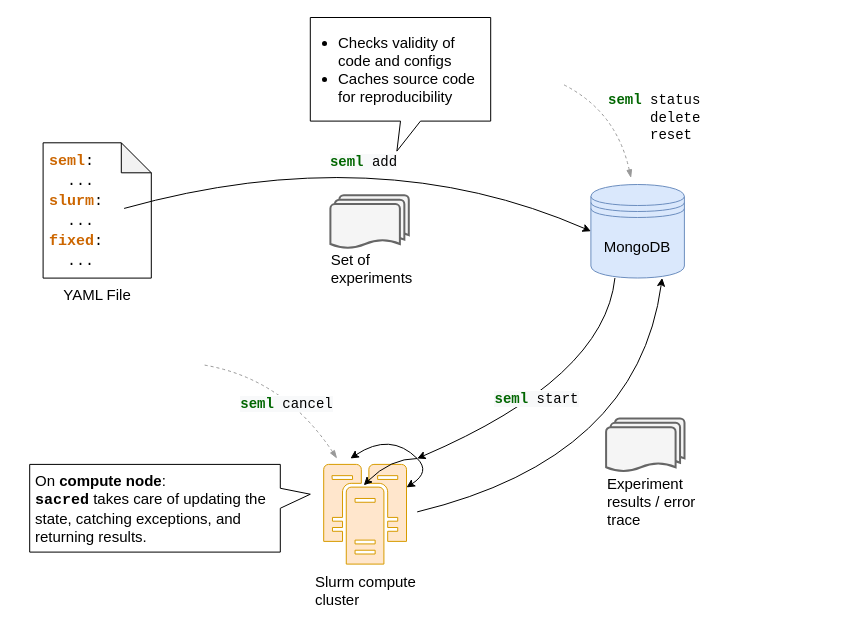
Earlier version of the draw.io diagram examples/tutorial/seml.drawio (TUM-DAML/seml). Source tidied: cells renumbered, new cells numbered last; positions are measured from the earlier drawing's top-left corner, leaving out a move shared by most shapes. Both pictures are drawn from the tidied source at 100%, with x=0, y=0 at pixel (16, 17).
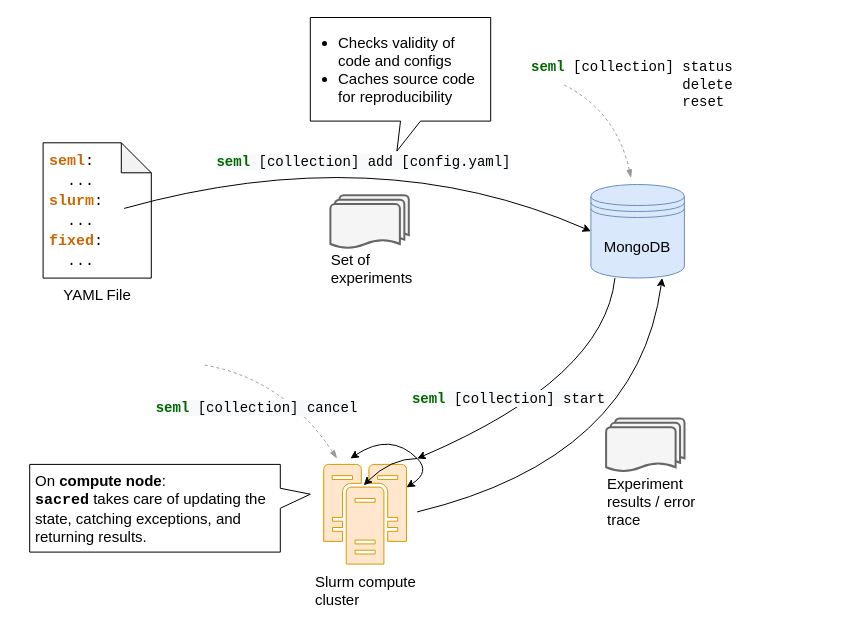
The same page after the edit.

Commit message (it also covers changes not shown here):
tutorial figure

The change refers to these unchanged cells:
```xml
<mxCell id="7" style="endArrow=classic;html=1;strokeColor=#000000;exitX=0;exitY=0;exitDx=81;exitDy=65.625;exitPerimeter=0;entryX=0;entryY=0.5;entryDx=0;entryDy=0;curved=1;" parent="2" edge="1" source="5" target="3">
  <mxGeometry relative="1" as="geometry">
    <Array as="points">
      <mxPoint x="360.1" y="120.3" />
    </Array>
  </mxGeometry>
</mxCell>
<mxCell id="12" style="endArrow=classic;html=1;strokeColor=#000000;exitX=0.257;exitY=1;exitDx=0;exitDy=0;curved=1;exitPerimeter=0;" parent="2" edge="1" source="3">
  <mxGeometry relative="1" as="geometry">
    <mxPoint x="400.2" y="441" as="targetPoint" />
    <Array as="points">
      <mxPoint x="587.3" y="360.8" />
    </Array>
  </mxGeometry>
</mxCell>
```

The edit, as a diff of the source:
```diff
@@
     <mxCell id="2" style="group;fontSize=12;" parent="1" vertex="1">
-      <mxGeometry x="0.5" width="709.4" height="600" as="geometry" />
+      <mxGeometry x="0.5" width="820" height="600" as="geometry" />
     </mxCell>
@@
-    <mxCell id="8" value="&lt;font style=&quot;font-size: 14px&quot;&gt;&lt;b style=&quot;font-family: &amp;#34;courier new&amp;#34; ; text-align: left ; background-color: rgb(248 , 249 , 250)&quot;&gt;&lt;font color=&quot;#006600&quot; style=&quot;font-size: 14px&quot;&gt;seml&lt;/font&gt;&lt;/b&gt;&lt;span style=&quot;font-family: &amp;#34;courier new&amp;#34; ; text-align: left ; background-color: rgb(248 , 249 , 250)&quot;&gt;&amp;nbsp;add&lt;/span&gt;&lt;/font&gt;" style="edgeLabel;html=1;align=center;verticalAlign=middle;fontSize=13;" parent="7" vertex="1">
+    <mxCell id="8" value="&lt;font style=&quot;font-size: 14px&quot;&gt;&lt;b style=&quot;font-family: &amp;#34;courier new&amp;#34; ; text-align: left ; background-color: rgb(248 , 249 , 250)&quot;&gt;&lt;font color=&quot;#006600&quot; style=&quot;font-size: 14px&quot;&gt;seml&lt;/font&gt;&lt;/b&gt;&lt;span style=&quot;font-family: &amp;#34;courier new&amp;#34; ; text-align: left ; background-color: rgb(248 , 249 , 250)&quot;&gt;&amp;nbsp;[collection] add [config.yaml]&lt;/span&gt;&lt;/font&gt;" style="edgeLabel;html=1;align=center;verticalAlign=middle;fontSize=13;" parent="7" vertex="1">
       <mxGeometry relative="1" as="geometry">
         <mxPoint x="0.2" y="19.2" as="offset" />
       </mxGeometry>
     </mxCell>
@@
-    <mxCell id="13" value="&lt;b style=&quot;font-family: &amp;quot;courier new&amp;quot;; font-size: 14px; text-align: left; background-color: rgb(248, 249, 250);&quot;&gt;&lt;font color=&quot;#006600&quot; style=&quot;font-size: 14px;&quot;&gt;seml&lt;/font&gt;&lt;/b&gt;&lt;span style=&quot;font-family: &amp;quot;courier new&amp;quot;; font-size: 14px; text-align: left; background-color: rgb(248, 249, 250);&quot;&gt;&amp;nbsp;start&lt;/span&gt;" style="edgeLabel;html=1;align=center;verticalAlign=middle;fontSize=14;" parent="12" vertex="1">
+    <mxCell id="13" value="&lt;b style=&quot;font-family: &amp;#34;courier new&amp;#34; ; font-size: 14px ; text-align: left ; background-color: rgb(248 , 249 , 250)&quot;&gt;&lt;font color=&quot;#006600&quot; style=&quot;font-size: 14px&quot;&gt;seml&lt;/font&gt;&lt;/b&gt;&lt;span style=&quot;font-family: &amp;#34;courier new&amp;#34; ; font-size: 14px ; text-align: left ; background-color: rgb(248 , 249 , 250)&quot;&gt;&amp;nbsp;[collection] start&lt;/span&gt;" style="edgeLabel;html=1;align=center;verticalAlign=middle;fontSize=14;" parent="12" vertex="1">
       <mxGeometry relative="1" as="geometry">
-        <mxPoint x="-20.9" as="offset" />
+        <mxPoint x="-49" as="offset" />
       </mxGeometry>
     </mxCell>
@@
-    <mxCell id="23" value="&lt;b style=&quot;font-family: &amp;quot;courier new&amp;quot;; font-size: 14px; text-align: left; background-color: rgb(248, 249, 250);&quot;&gt;&lt;font color=&quot;#006600&quot; style=&quot;font-size: 14px;&quot;&gt;seml&lt;/font&gt;&lt;/b&gt;&lt;span style=&quot;font-family: &amp;quot;courier new&amp;quot;; font-size: 14px; text-align: left; background-color: rgb(248, 249, 250);&quot;&gt;&amp;nbsp;cancel&lt;/span&gt;" style="endArrow=none;dashed=1;html=1;strokeColor=#999999;startArrow=blockThin;startFill=1;curved=1;fontSize=14;" parent="2" edge="1">
-      <mxGeometry x="-0.17" y="11" relative="1" as="geometry">
+    <mxCell id="23" value="&lt;b style=&quot;font-family: &amp;#34;courier new&amp;#34; ; font-size: 14px ; text-align: left ; background-color: rgb(248 , 249 , 250)&quot;&gt;&lt;font color=&quot;#006600&quot; style=&quot;font-size: 14px&quot;&gt;seml&lt;/font&gt;&lt;/b&gt;&lt;span style=&quot;font-family: &amp;#34;courier new&amp;#34; ; font-size: 14px ; text-align: left ; background-color: rgb(248 , 249 , 250)&quot;&gt;&amp;nbsp;[collection] cancel&lt;/span&gt;" style="endArrow=none;dashed=1;html=1;strokeColor=#999999;startArrow=blockThin;startFill=1;curved=1;fontSize=14;" parent="2" edge="1">
+      <mxGeometry x="0.33" y="33" relative="1" as="geometry">
         <mxPoint x="320" y="441" as="sourcePoint" />
         <mxPoint x="186.4" y="347.4" as="targetPoint" />
         <Array as="points">
           <mxPoint x="266.6" y="360.8" />
         </Array>
       </mxGeometry>
     </mxCell>
-    <mxCell id="24" value="&lt;font style=&quot;font-size: 14px&quot;&gt;&lt;b style=&quot;font-family: &amp;#34;courier new&amp;#34;&quot;&gt;&lt;font color=&quot;#006600&quot; style=&quot;font-size: 14px&quot;&gt;seml&lt;/font&gt;&lt;/b&gt;&lt;span style=&quot;font-family: &amp;#34;courier new&amp;#34;&quot;&gt;&amp;nbsp;status&amp;nbsp;&lt;/span&gt;&lt;span style=&quot;font-family: &amp;#34;courier new&amp;#34;&quot;&gt;&lt;br&gt;&amp;nbsp; &amp;nbsp; &amp;nbsp;delete&amp;nbsp;&lt;br&gt;&amp;nbsp; &amp;nbsp; &amp;nbsp;reset&lt;/span&gt;&lt;/font&gt;" style="rounded=0;whiteSpace=wrap;html=1;align=left;strokeColor=none;fillColor=none;fontSize=13;" parent="2" vertex="1">
-      <mxGeometry x="589.1" y="66.8" width="120.3" height="66.8" as="geometry" />
+    <mxCell id="24" value="&lt;font style=&quot;font-size: 14px&quot;&gt;&lt;b style=&quot;font-family: &amp;#34;courier new&amp;#34;&quot;&gt;&lt;font color=&quot;#006600&quot; style=&quot;font-size: 14px&quot;&gt;seml&lt;/font&gt;&lt;/b&gt;&lt;span style=&quot;font-family: &amp;#34;courier new&amp;#34;&quot;&gt;&amp;nbsp;[collection] status&amp;nbsp;&lt;/span&gt;&lt;span style=&quot;font-family: &amp;#34;courier new&amp;#34;&quot;&gt;&lt;br&gt;&amp;nbsp; &amp;nbsp; &amp;nbsp; &amp;nbsp; &amp;nbsp; &amp;nbsp; &amp;nbsp; &amp;nbsp; &amp;nbsp; delete&amp;nbsp;&lt;br&gt;&amp;nbsp; &amp;nbsp; &amp;nbsp; &amp;nbsp; &amp;nbsp; &amp;nbsp; &amp;nbsp; &amp;nbsp; &amp;nbsp; reset&lt;/span&gt;&lt;/font&gt;" style="rounded=0;whiteSpace=wrap;html=1;align=left;strokeColor=none;fillColor=none;fontSize=13;" parent="2" vertex="1">
+      <mxGeometry x="512.8" y="33.4" width="230.9" height="66.8" as="geometry" />
     </mxCell>
```
